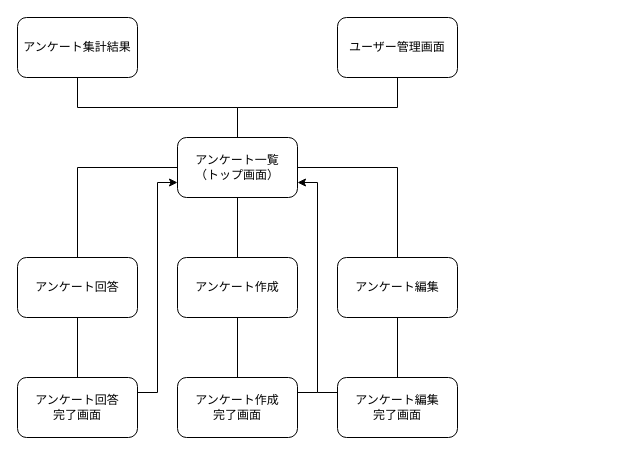
This is 画面遷移図.drawio from maruta-kazuhiro/KantananK, a draw.io file, before an edit. Source tidied: cells renumbered, new cells numbered last; positions are measured from the earlier drawing's top-left corner, leaving out a move shared by most shapes. Both pictures are drawn from the tidied source at 100%, with x=0, y=0 at pixel (17, 17).
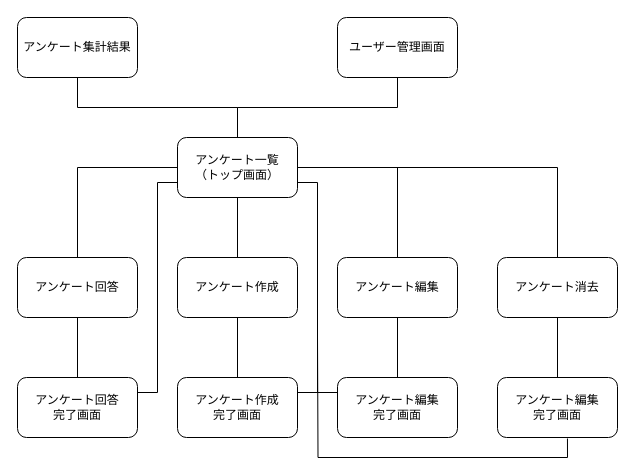
Above is the later version.

The change refers to these unchanged cells:
```xml
<mxCell id="5" value="アンケート一覧&lt;br&gt;（トップ画面）" style="rounded=1;whiteSpace=wrap;html=1;" parent="1" vertex="1">
  <mxGeometry x="160" y="120" width="120" height="60" as="geometry" />
</mxCell>
<mxCell id="14" value="アンケート回答&lt;br&gt;完了画面" style="rounded=1;whiteSpace=wrap;html=1;" parent="1" vertex="1">
  <mxGeometry y="360" width="120" height="60" as="geometry" />
</mxCell>
<mxCell id="18" value="アンケート作成&lt;br&gt;完了画面" style="rounded=1;whiteSpace=wrap;html=1;" parent="1" vertex="1">
  <mxGeometry x="160" y="360" width="120" height="60" as="geometry" />
</mxCell>
```

What changed in the source:
```diff
@@
-    <mxCell id="13" style="edgeStyle=orthogonalEdgeStyle;rounded=0;jettySize=auto;html=1;exitX=1;exitY=0.25;exitDx=0;exitDy=0;entryX=0;entryY=0.75;entryDx=0;entryDy=0;endArrow=classic;endFill=1;" parent="1" edge="1" source="14" target="5">
+    <mxCell id="13" style="edgeStyle=orthogonalEdgeStyle;rounded=0;jettySize=auto;html=1;exitX=1;exitY=0.25;exitDx=0;exitDy=0;entryX=0;entryY=0.75;entryDx=0;entryDy=0;endArrow=none;endFill=0;" parent="1" edge="1" source="14" target="5">
       <mxGeometry relative="1" as="geometry" />
     </mxCell>
@@
-    <mxCell id="17" style="edgeStyle=orthogonalEdgeStyle;rounded=0;jettySize=auto;html=1;exitX=1;exitY=0.25;exitDx=0;exitDy=0;entryX=1;entryY=0.75;entryDx=0;entryDy=0;endArrow=classic;endFill=1;" parent="1" edge="1" source="18" target="5">
+    <mxCell id="17" style="edgeStyle=orthogonalEdgeStyle;rounded=0;jettySize=auto;html=1;exitX=1;exitY=0.25;exitDx=0;exitDy=0;entryX=1;entryY=0.75;entryDx=0;entryDy=0;endArrow=none;endFill=0;" parent="1" edge="1" source="18" target="5">
       <mxGeometry relative="1" as="geometry" />
     </mxCell>
@@
+    <mxCell id="22" style="edgeStyle=orthogonalEdgeStyle;rounded=0;jettySize=auto;html=1;exitX=0.5;exitY=0;exitDx=0;exitDy=0;entryX=1;entryY=0.5;entryDx=0;entryDy=0;endArrow=none;endFill=0;" parent="1" edge="1" source="24" target="5">
+      <mxGeometry relative="1" as="geometry" />
+    </mxCell>
+    <mxCell id="23" style="edgeStyle=orthogonalEdgeStyle;rounded=0;jettySize=auto;html=1;exitX=0.5;exitY=1;exitDx=0;exitDy=0;entryX=0.5;entryY=0;entryDx=0;entryDy=0;endArrow=none;endFill=0;" parent="1" edge="1" source="24" target="26">
+      <mxGeometry relative="1" as="geometry" />
+    </mxCell>
+    <mxCell id="24" value="アンケート消去" style="rounded=1;whiteSpace=wrap;html=1;" parent="1" vertex="1">
+      <mxGeometry x="480" y="240" width="120" height="60" as="geometry" />
+    </mxCell>
+    <mxCell id="25" style="edgeStyle=orthogonalEdgeStyle;rounded=0;jettySize=auto;html=1;exitX=0.583;exitY=1.017;exitDx=0;exitDy=0;endArrow=none;endFill=0;exitPerimeter=0;" parent="1" edge="1" source="26">
+      <mxGeometry relative="1" as="geometry">
+        <mxPoint x="300" y="320" as="targetPoint" />
+      </mxGeometry>
+    </mxCell>
+    <mxCell id="26" value="アンケート編集&lt;br&gt;完了画面" style="rounded=1;whiteSpace=wrap;html=1;" parent="1" vertex="1">
+      <mxGeometry x="480" y="360" width="120" height="60" as="geometry" />
+    </mxCell>
```
